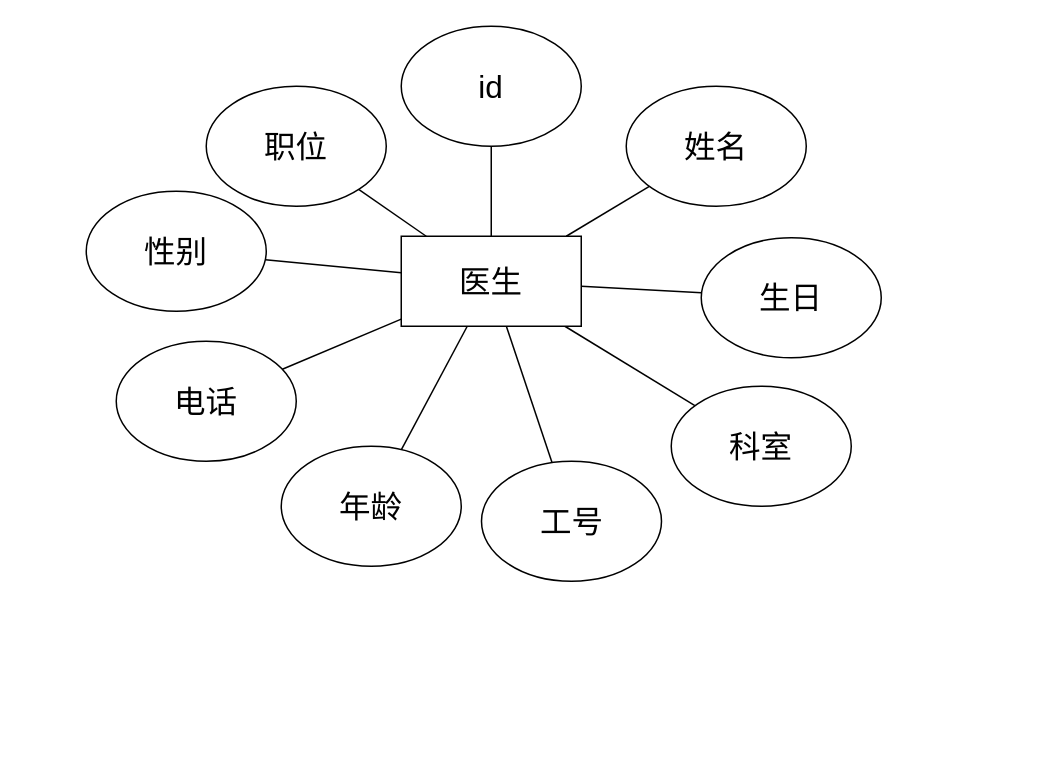
This is page "第 3 页" (3 of 9) of 用例图/医疗信息系统E-R图.drawio from yansiro145/-, a draw.io file, before an edit. Source tidied: cells renumbered, new cells numbered last; positions are measured from the earlier drawing's top-left corner, leaving out a move shared by most shapes. Both pictures are drawn from the tidied source at 150%, with x=0, y=0 at pixel (86, 26).
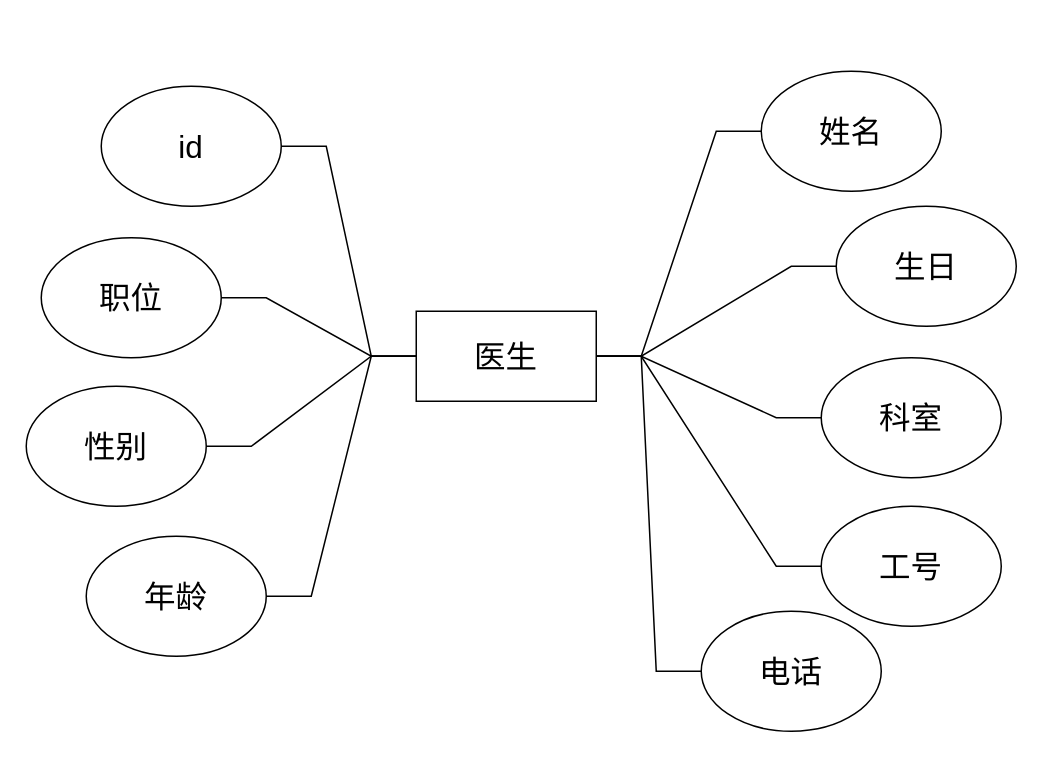
The same page after the edit.

Diff of the diagram source:
```diff
@@
-    <mxCell id="2" style="edgeStyle=none;rounded=0;jettySize=auto;html=1;fontFamily=Helvetica;fontSize=21;fontColor=default;endArrow=none;endFill=0;" parent="1" edge="1" source="11" target="20">
+    <mxCell id="2" style="edgeStyle=entityRelationEdgeStyle;rounded=0;jettySize=auto;html=1;fontFamily=Helvetica;fontSize=21;fontColor=default;endArrow=none;endFill=0;" parent="1" edge="1" source="11" target="20">
       <mxGeometry relative="1" as="geometry" />
     </mxCell>
-    <mxCell id="3" style="edgeStyle=none;rounded=0;jettySize=auto;html=1;fontFamily=Helvetica;fontSize=21;fontColor=default;endArrow=none;endFill=0;" parent="1" edge="1" source="11" target="19">
+    <mxCell id="3" style="edgeStyle=entityRelationEdgeStyle;rounded=0;jettySize=auto;html=1;fontFamily=Helvetica;fontSize=21;fontColor=default;endArrow=none;endFill=0;" parent="1" edge="1" source="11" target="19">
       <mxGeometry relative="1" as="geometry" />
     </mxCell>
-    <mxCell id="4" style="edgeStyle=none;rounded=0;jettySize=auto;html=1;fontFamily=Helvetica;fontSize=21;fontColor=default;endArrow=none;endFill=0;" parent="1" edge="1" source="11" target="18">
+    <mxCell id="4" style="edgeStyle=entityRelationEdgeStyle;rounded=0;jettySize=auto;html=1;fontFamily=Helvetica;fontSize=21;fontColor=default;endArrow=none;endFill=0;" parent="1" edge="1" source="11" target="18">
       <mxGeometry relative="1" as="geometry" />
     </mxCell>
-    <mxCell id="5" style="edgeStyle=none;rounded=0;jettySize=auto;html=1;fontFamily=Helvetica;fontSize=21;fontColor=default;endArrow=none;endFill=0;" parent="1" edge="1" source="11" target="17">
+    <mxCell id="5" style="edgeStyle=entityRelationEdgeStyle;rounded=0;jettySize=auto;html=1;fontFamily=Helvetica;fontSize=21;fontColor=default;endArrow=none;endFill=0;" parent="1" edge="1" source="11" target="17">
       <mxGeometry relative="1" as="geometry" />
     </mxCell>
-    <mxCell id="6" style="edgeStyle=none;rounded=0;jettySize=auto;html=1;fontFamily=Helvetica;fontSize=21;fontColor=default;endArrow=none;endFill=0;" parent="1" edge="1" source="11" target="16">
+    <mxCell id="6" style="edgeStyle=entityRelationEdgeStyle;rounded=0;jettySize=auto;html=1;fontFamily=Helvetica;fontSize=21;fontColor=default;endArrow=none;endFill=0;" parent="1" edge="1" source="11" target="16">
       <mxGeometry relative="1" as="geometry" />
     </mxCell>
-    <mxCell id="7" style="edgeStyle=none;rounded=0;jettySize=auto;html=1;fontFamily=Helvetica;fontSize=21;fontColor=default;endArrow=none;endFill=0;" parent="1" edge="1" source="11" target="15">
+    <mxCell id="7" style="edgeStyle=entityRelationEdgeStyle;rounded=0;jettySize=auto;html=1;fontFamily=Helvetica;fontSize=21;fontColor=default;endArrow=none;endFill=0;" parent="1" edge="1" source="11" target="15">
       <mxGeometry relative="1" as="geometry" />
     </mxCell>
-    <mxCell id="8" style="edgeStyle=none;rounded=0;jettySize=auto;html=1;fontFamily=Helvetica;fontSize=21;fontColor=default;endArrow=none;endFill=0;" parent="1" edge="1" source="11" target="14">
+    <mxCell id="8" style="edgeStyle=entityRelationEdgeStyle;rounded=0;jettySize=auto;html=1;fontFamily=Helvetica;fontSize=21;fontColor=default;endArrow=none;endFill=0;" parent="1" edge="1" source="11" target="14">
       <mxGeometry relative="1" as="geometry" />
     </mxCell>
-    <mxCell id="9" style="edgeStyle=none;rounded=0;jettySize=auto;html=1;fontFamily=Helvetica;fontSize=21;fontColor=default;endArrow=none;endFill=0;" parent="1" edge="1" source="11" target="13">
+    <mxCell id="9" style="edgeStyle=entityRelationEdgeStyle;rounded=0;jettySize=auto;html=1;fontFamily=Helvetica;fontSize=21;fontColor=default;endArrow=none;endFill=0;" parent="1" edge="1" source="11" target="13">
       <mxGeometry relative="1" as="geometry" />
     </mxCell>
-    <mxCell id="10" style="edgeStyle=none;rounded=0;jettySize=auto;html=1;fontFamily=Helvetica;fontSize=21;fontColor=default;endArrow=none;endFill=0;" parent="1" edge="1" source="11" target="12">
+    <mxCell id="10" style="edgeStyle=entityRelationEdgeStyle;rounded=0;jettySize=auto;html=1;fontFamily=Helvetica;fontSize=21;fontColor=default;endArrow=none;endFill=0;" parent="1" edge="1" source="11" target="12">
       <mxGeometry relative="1" as="geometry" />
     </mxCell>
     <mxCell id="11" value="医生" style="rounded=0;whiteSpace=wrap;html=1;fontFamily=Helvetica;fontSize=21;fontColor=default;strokeColor=default;fillColor=default;" parent="1" vertex="1">
-      <mxGeometry x="210" y="140" width="120" height="60" as="geometry" />
+      <mxGeometry x="220" y="190" width="120" height="60" as="geometry" />
     </mxCell>
     <mxCell id="12" value="职位" style="ellipse;whiteSpace=wrap;html=1;fontFamily=Helvetica;fontSize=21;fontColor=default;strokeColor=default;fillColor=default;" parent="1" vertex="1">
-      <mxGeometry x="80" y="40" width="120" height="80" as="geometry" />
+      <mxGeometry x="-30" y="141" width="120" height="80" as="geometry" />
     </mxCell>
     <mxCell id="13" value="性别" style="ellipse;whiteSpace=wrap;html=1;fontFamily=Helvetica;fontSize=21;fontColor=default;strokeColor=default;fillColor=default;" parent="1" vertex="1">
-      <mxGeometry y="110" width="120" height="80" as="geometry" />
+      <mxGeometry x="-40" y="240" width="120" height="80" as="geometry" />
     </mxCell>
     <mxCell id="14" value="电话" style="ellipse;whiteSpace=wrap;html=1;fontFamily=Helvetica;fontSize=21;fontColor=default;strokeColor=default;fillColor=default;" parent="1" vertex="1">
-      <mxGeometry x="20" y="210" width="120" height="80" as="geometry" />
+      <mxGeometry x="410" y="390" width="120" height="80" as="geometry" />
     </mxCell>
     <mxCell id="15" value="年龄" style="ellipse;whiteSpace=wrap;html=1;fontFamily=Helvetica;fontSize=21;fontColor=default;strokeColor=default;fillColor=default;" parent="1" vertex="1">
-      <mxGeometry x="130" y="280" width="120" height="80" as="geometry" />
+      <mxGeometry y="340" width="120" height="80" as="geometry" />
     </mxCell>
     <mxCell id="16" value="工号" style="ellipse;whiteSpace=wrap;html=1;fontFamily=Helvetica;fontSize=21;fontColor=default;strokeColor=default;fillColor=default;" parent="1" vertex="1">
-      <mxGeometry x="263.5" y="290" width="120" height="80" as="geometry" />
+      <mxGeometry x="490" y="320" width="120" height="80" as="geometry" />
     </mxCell>
     <mxCell id="17" value="科室" style="ellipse;whiteSpace=wrap;html=1;fontFamily=Helvetica;fontSize=21;fontColor=default;strokeColor=default;fillColor=default;" parent="1" vertex="1">
-      <mxGeometry x="390" y="240" width="120" height="80" as="geometry" />
+      <mxGeometry x="490" y="221" width="120" height="80" as="geometry" />
     </mxCell>
     <mxCell id="18" value="生日" style="ellipse;whiteSpace=wrap;html=1;fontFamily=Helvetica;fontSize=21;fontColor=default;strokeColor=default;fillColor=default;" parent="1" vertex="1">
-      <mxGeometry x="410" y="141" width="120" height="80" as="geometry" />
+      <mxGeometry x="500" y="120" width="120" height="80" as="geometry" />
     </mxCell>
     <mxCell id="19" value="姓名" style="ellipse;whiteSpace=wrap;html=1;fontFamily=Helvetica;fontSize=21;fontColor=default;strokeColor=default;fillColor=default;" parent="1" vertex="1">
-      <mxGeometry x="360" y="40" width="120" height="80" as="geometry" />
+      <mxGeometry x="450" y="30" width="120" height="80" as="geometry" />
     </mxCell>
     <mxCell id="20" value="id" style="ellipse;whiteSpace=wrap;html=1;fontFamily=Helvetica;fontSize=21;fontColor=default;strokeColor=default;fillColor=default;" parent="1" vertex="1">
-      <mxGeometry x="210" width="120" height="80" as="geometry" />
+      <mxGeometry x="10" y="40" width="120" height="80" as="geometry" />
     </mxCell>
```
